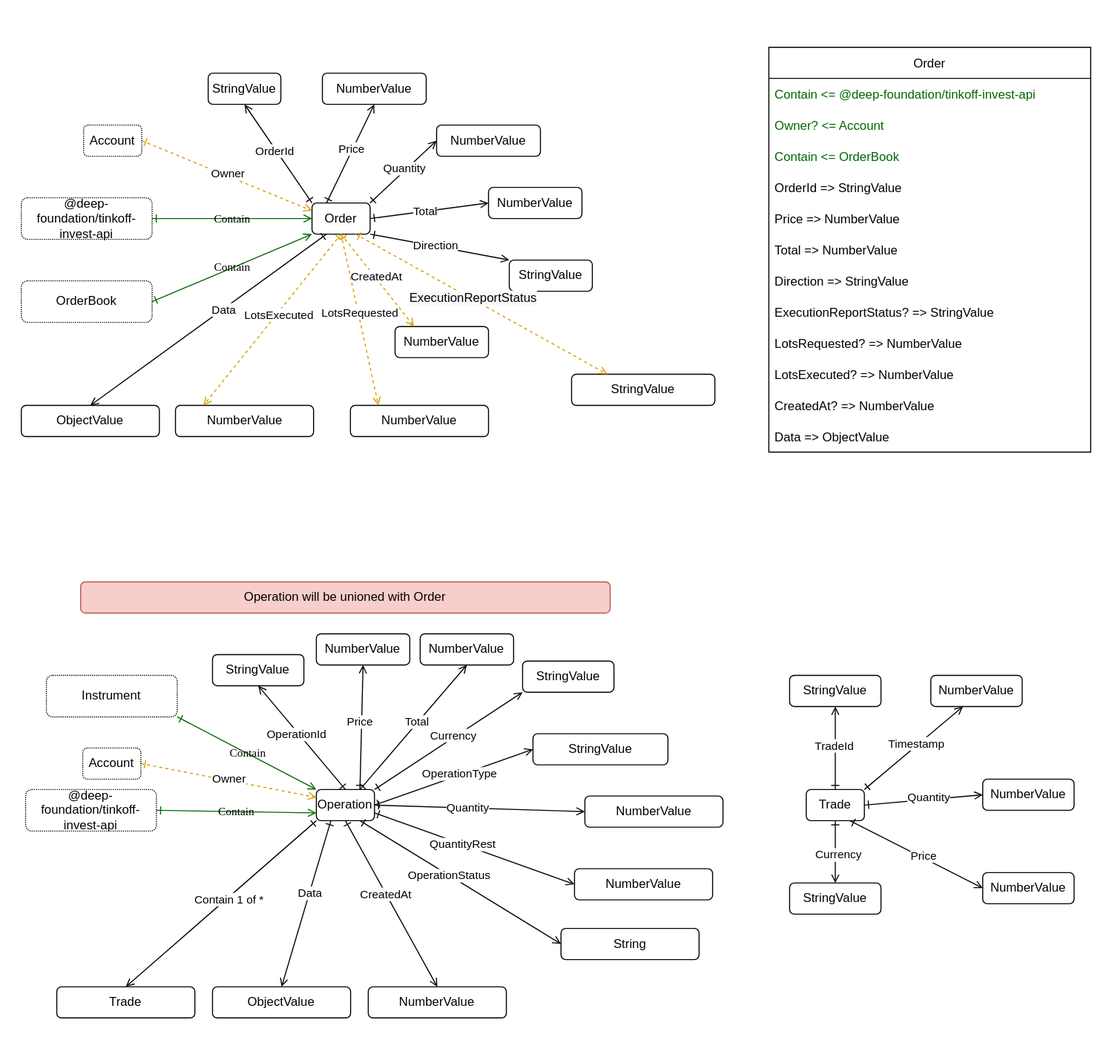
Before: src/order/Order.drawio.svg, a diagram exported from draw.io (suenot/deep-tinkoff-invest-api). Source tidied: cells renumbered, new cells last; positions are measured from the earlier drawing's top-left corner, leaving out a move shared by most shapes.
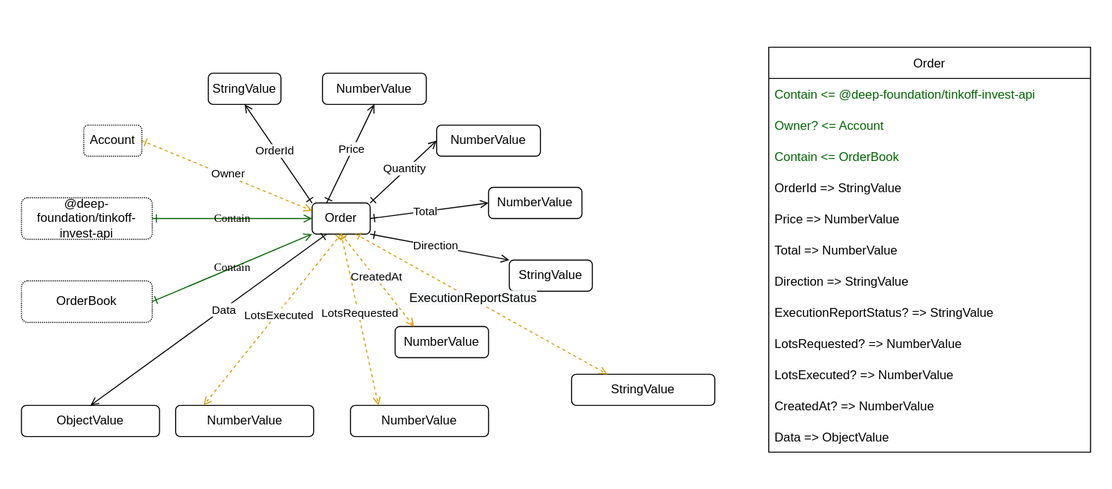
The same diagram one commit later.

The edit, as a diff of the source:
```diff
@@ -3,7 +3,7 @@
     <mxCell id="0" />
     <mxCell id="1" parent="0" />
     <mxCell id="2" style="rounded=0;whiteSpace=wrap;html=1;strokeColor=none;" parent="1" vertex="1">
-      <mxGeometry width="1070" height="1020" as="geometry" />
+      <mxGeometry width="1070" height="470" as="geometry" />
     </mxCell>
     <mxCell id="3" style="edgeStyle=none;html=1;exitX=1;exitY=0;exitDx=0;exitDy=0;entryX=0;entryY=0.5;entryDx=0;entryDy=0;startArrow=ERone;startFill=0;endArrow=open;endFill=0;" parent="1" edge="1" source="5" target="6">
       <mxGeometry relative="1" as="geometry" />
@@ -101,9 +101,6 @@
     <mxCell id="34" value="LotsExecuted" style="edgeLabel;html=1;align=center;verticalAlign=middle;" parent="33" vertex="1">
       <mxGeometry x="-0.07" y="1" relative="1" as="geometry" />
     </mxCell>
-    <mxCell id="35" value="Operation will be unioned with Order" style="rounded=1;whiteSpace=wrap;html=1;labelBackgroundColor=none;fillColor=#f8cecc;strokeColor=#b85450;" parent="1" vertex="1">
-      <mxGeometry x="77.2" y="560" width="510" height="30" as="geometry" />
-    </mxCell>
     <mxCell id="36" value="ObjectValue" style="rounded=1;whiteSpace=wrap;html=1;labelBackgroundColor=none;" parent="1" vertex="1">
       <mxGeometry x="20" y="390" width="133" height="30" as="geometry" />
     </mxCell>
@@ -122,177 +119,6 @@
     <mxCell id="41" value="&lt;span style=&quot;font-size: 12px ; background-color: rgb(248 , 249 , 250)&quot;&gt;ExecutionReportStatus&lt;/span&gt;" style="edgeLabel;html=1;align=center;verticalAlign=middle;" parent="40" vertex="1">
       <mxGeometry x="-0.07" y="1" relative="1" as="geometry" />
     </mxCell>
-    <mxCell id="42" style="edgeStyle=none;html=1;exitX=1;exitY=0.5;exitDx=0;exitDy=0;entryX=0;entryY=0.5;entryDx=0;entryDy=0;startArrow=ERone;startFill=0;endArrow=open;endFill=0;" parent="1" edge="1" source="44" target="45">
-      <mxGeometry relative="1" as="geometry" />
-    </mxCell>
-    <mxCell id="43" value="OperationType" style="edgeLabel;html=1;align=center;verticalAlign=middle;" parent="42" vertex="1">
-      <mxGeometry x="0.08" y="2" relative="1" as="geometry" />
-    </mxCell>
-    <mxCell id="44" value="Operation" style="rounded=1;whiteSpace=wrap;html=1;labelBackgroundColor=none;" parent="1" vertex="1">
-      <mxGeometry x="304.2" y="760" width="56" height="30" as="geometry" />
-    </mxCell>
-    <mxCell id="45" value="StringValue" style="rounded=1;whiteSpace=wrap;html=1;labelBackgroundColor=none;" parent="1" vertex="1">
-      <mxGeometry x="512.8" y="706.2" width="130" height="30" as="geometry" />
-    </mxCell>
-    <mxCell id="46" style="edgeStyle=none;html=1;exitX=1;exitY=0.5;exitDx=0;exitDy=0;startArrow=ERone;startFill=0;entryX=0;entryY=0.5;entryDx=0;entryDy=0;endArrow=open;endFill=0;" parent="1" edge="1" source="44" target="48">
-      <mxGeometry relative="1" as="geometry" />
-    </mxCell>
-    <mxCell id="47" value="Quantity" style="edgeLabel;html=1;align=center;verticalAlign=middle;" parent="46" vertex="1">
-      <mxGeometry x="-0.12" relative="1" as="geometry" />
-    </mxCell>
-    <mxCell id="48" value="NumberValue" style="rounded=1;whiteSpace=wrap;html=1;labelBackgroundColor=none;" parent="1" vertex="1">
-      <mxGeometry x="562.8" y="766.2" width="133" height="30" as="geometry" />
-    </mxCell>
-    <mxCell id="49" value="NumberValue" style="rounded=1;whiteSpace=wrap;html=1;labelBackgroundColor=none;" parent="1" vertex="1">
-      <mxGeometry x="552.8" y="836.2" width="133" height="30" as="geometry" />
-    </mxCell>
-    <mxCell id="50" style="edgeStyle=none;html=1;exitX=0.75;exitY=0;exitDx=0;exitDy=0;startArrow=ERone;startFill=0;endArrow=open;endFill=0;entryX=0.5;entryY=1;entryDx=0;entryDy=0;" parent="1" edge="1" source="44" target="52">
-      <mxGeometry relative="1" as="geometry" />
-    </mxCell>
-    <mxCell id="51" value="Price" style="edgeLabel;html=1;align=center;verticalAlign=middle;" parent="50" vertex="1">
-      <mxGeometry x="0.08" y="2" relative="1" as="geometry" />
-    </mxCell>
-    <mxCell id="52" value="NumberValue" style="rounded=1;whiteSpace=wrap;html=1;labelBackgroundColor=none;" parent="1" vertex="1">
-      <mxGeometry x="304.2" y="610" width="90" height="30" as="geometry" />
-    </mxCell>
-    <mxCell id="53" style="edgeStyle=none;html=1;exitX=1;exitY=0.5;exitDx=0;exitDy=0;startArrow=ERone;startFill=0;entryX=0;entryY=0.25;entryDx=0;entryDy=0;endArrow=open;endFill=0;dashed=1;strokeColor=#D79B00;" parent="1" edge="1" source="55" target="44">
-      <mxGeometry relative="1" as="geometry" />
-    </mxCell>
-    <mxCell id="54" value="Owner" style="edgeLabel;html=1;align=center;verticalAlign=middle;" parent="53" vertex="1">
-      <mxGeometry x="-0.01" y="2" relative="1" as="geometry" />
-    </mxCell>
-    <mxCell id="55" value="Account" style="rounded=1;whiteSpace=wrap;html=1;labelBackgroundColor=none;dashed=1;dashPattern=1 1;" parent="1" vertex="1">
-      <mxGeometry x="79.2" y="720" width="56" height="30" as="geometry" />
-    </mxCell>
-    <mxCell id="56" value="@deep-foundation/tinkoff-invest-api" style="rounded=1;whiteSpace=wrap;html=1;labelBackgroundColor=none;dashed=1;dashPattern=1 1;" parent="1" vertex="1">
-      <mxGeometry x="24.2" y="760" width="126" height="40" as="geometry" />
-    </mxCell>
-    <mxCell id="57" value="Contain" style="jettySize=auto;html=1;shadow=0;labelBackgroundColor=none;startArrow=ERone;startFill=0;endArrow=open;endFill=0;fontColor=#000000;fontFamily=Comic Sans MS;entryX=0;entryY=0.75;entryDx=0;entryDy=0;exitX=1;exitY=0.5;exitDx=0;exitDy=0;strokeColor=#006600;" parent="1" edge="1" source="56" target="44">
-      <mxGeometry relative="1" as="geometry" />
-    </mxCell>
-    <mxCell id="58" value="NumberValue" style="rounded=1;whiteSpace=wrap;html=1;labelBackgroundColor=none;" parent="1" vertex="1">
-      <mxGeometry x="354.2" y="950" width="133" height="30" as="geometry" />
-    </mxCell>
-    <mxCell id="59" value="Instrument" style="rounded=1;whiteSpace=wrap;html=1;labelBackgroundColor=none;dashed=1;dashPattern=1 1;" parent="1" vertex="1">
-      <mxGeometry x="44.2" y="650" width="126" height="40" as="geometry" />
-    </mxCell>
-    <mxCell id="60" value="Contain" style="jettySize=auto;html=1;shadow=0;labelBackgroundColor=none;startArrow=ERone;startFill=0;endArrow=open;endFill=0;fontColor=#000000;fontFamily=Comic Sans MS;entryX=0;entryY=0;entryDx=0;entryDy=0;exitX=1;exitY=1;exitDx=0;exitDy=0;strokeColor=#006600;" parent="1" edge="1" source="59" target="44">
-      <mxGeometry relative="1" as="geometry" />
-    </mxCell>
-    <mxCell id="61" style="edgeStyle=none;html=1;exitX=0.5;exitY=0;exitDx=0;exitDy=0;entryX=0.5;entryY=1;entryDx=0;entryDy=0;startArrow=ERone;startFill=0;endArrow=open;endFill=0;" parent="1" edge="1" source="44" target="63">
-      <mxGeometry relative="1" as="geometry" />
-    </mxCell>
-    <mxCell id="62" value="OperationId" style="edgeLabel;html=1;align=center;verticalAlign=middle;" parent="61" vertex="1">
-      <mxGeometry x="0.08" y="2" relative="1" as="geometry" />
-    </mxCell>
-    <mxCell id="63" value="StringValue" style="rounded=1;whiteSpace=wrap;html=1;labelBackgroundColor=none;" parent="1" vertex="1">
-      <mxGeometry x="204.2" y="630" width="88" height="30" as="geometry" />
-    </mxCell>
-    <mxCell id="64" value="Trade" style="rounded=1;whiteSpace=wrap;html=1;labelBackgroundColor=none;" parent="1" vertex="1">
-      <mxGeometry x="776" y="760" width="56" height="30" as="geometry" />
-    </mxCell>
-    <mxCell id="65" style="edgeStyle=none;html=1;exitX=0.5;exitY=0;exitDx=0;exitDy=0;entryX=0.5;entryY=1;entryDx=0;entryDy=0;startArrow=ERone;startFill=0;endArrow=open;endFill=0;" parent="1" edge="1" source="64" target="67">
-      <mxGeometry relative="1" as="geometry" />
-    </mxCell>
-    <mxCell id="66" value="TradeId" style="edgeLabel;html=1;align=center;verticalAlign=middle;" parent="65" vertex="1">
-      <mxGeometry x="0.08" y="2" relative="1" as="geometry" />
-    </mxCell>
-    <mxCell id="67" value="StringValue" style="rounded=1;whiteSpace=wrap;html=1;labelBackgroundColor=none;" parent="1" vertex="1">
-      <mxGeometry x="760" y="650" width="88" height="30" as="geometry" />
-    </mxCell>
-    <mxCell id="68" value="NumberValue" style="rounded=1;whiteSpace=wrap;html=1;labelBackgroundColor=none;" parent="1" vertex="1">
-      <mxGeometry x="896" y="650" width="88" height="30" as="geometry" />
-    </mxCell>
-    <mxCell id="69" style="edgeStyle=none;html=1;exitX=1;exitY=0;exitDx=0;exitDy=0;entryX=0.352;entryY=1;entryDx=0;entryDy=0;startArrow=ERone;startFill=0;endArrow=open;endFill=0;entryPerimeter=0;" parent="1" edge="1" source="64" target="68">
-      <mxGeometry relative="1" as="geometry" />
-    </mxCell>
-    <mxCell id="70" value="Timestamp" style="edgeLabel;html=1;align=center;verticalAlign=middle;" parent="69" vertex="1">
-      <mxGeometry x="0.08" y="2" relative="1" as="geometry" />
-    </mxCell>
-    <mxCell id="71" value="NumberValue" style="rounded=1;whiteSpace=wrap;html=1;labelBackgroundColor=none;" parent="1" vertex="1">
-      <mxGeometry x="946" y="750" width="88" height="30" as="geometry" />
-    </mxCell>
-    <mxCell id="72" style="edgeStyle=none;html=1;exitX=1;exitY=0.5;exitDx=0;exitDy=0;entryX=0;entryY=0.5;entryDx=0;entryDy=0;startArrow=ERone;startFill=0;endArrow=open;endFill=0;" parent="1" edge="1" source="64" target="71">
-      <mxGeometry relative="1" as="geometry" />
-    </mxCell>
-    <mxCell id="73" value="Quantity" style="edgeLabel;html=1;align=center;verticalAlign=middle;" parent="72" vertex="1">
-      <mxGeometry x="0.08" y="2" relative="1" as="geometry" />
-    </mxCell>
-    <mxCell id="74" value="NumberValue" style="rounded=1;whiteSpace=wrap;html=1;labelBackgroundColor=none;" parent="1" vertex="1">
-      <mxGeometry x="946" y="840" width="88" height="30" as="geometry" />
-    </mxCell>
-    <mxCell id="75" style="edgeStyle=none;html=1;exitX=0.75;exitY=1;exitDx=0;exitDy=0;entryX=0;entryY=0.5;entryDx=0;entryDy=0;startArrow=ERone;startFill=0;endArrow=open;endFill=0;" parent="1" edge="1" source="64" target="74">
-      <mxGeometry relative="1" as="geometry" />
-    </mxCell>
-    <mxCell id="76" value="Price" style="edgeLabel;html=1;align=center;verticalAlign=middle;" parent="75" vertex="1">
-      <mxGeometry x="0.08" y="2" relative="1" as="geometry" />
-    </mxCell>
-    <mxCell id="77" value="StringValue" style="rounded=1;whiteSpace=wrap;html=1;labelBackgroundColor=none;" parent="1" vertex="1">
-      <mxGeometry x="760" y="850" width="88" height="30" as="geometry" />
-    </mxCell>
-    <mxCell id="78" style="edgeStyle=none;html=1;exitX=0.5;exitY=1;exitDx=0;exitDy=0;entryX=0.5;entryY=0;entryDx=0;entryDy=0;startArrow=ERone;startFill=0;endArrow=open;endFill=0;" parent="1" edge="1" source="64" target="77">
-      <mxGeometry relative="1" as="geometry" />
-    </mxCell>
-    <mxCell id="79" value="Currency" style="edgeLabel;html=1;align=center;verticalAlign=middle;" parent="78" vertex="1">
-      <mxGeometry x="0.08" y="2" relative="1" as="geometry" />
-    </mxCell>
-    <mxCell id="80" value="StringValue" style="rounded=1;whiteSpace=wrap;html=1;labelBackgroundColor=none;" parent="1" vertex="1">
-      <mxGeometry x="502.8" y="636.2" width="88" height="30" as="geometry" />
-    </mxCell>
-    <mxCell id="81" style="edgeStyle=none;html=1;exitX=1;exitY=0;exitDx=0;exitDy=0;entryX=0;entryY=1;entryDx=0;entryDy=0;startArrow=ERone;startFill=0;endArrow=open;endFill=0;" parent="1" edge="1" source="44" target="80">
-      <mxGeometry relative="1" as="geometry" />
-    </mxCell>
-    <mxCell id="82" value="Currency" style="edgeLabel;html=1;align=center;verticalAlign=middle;" parent="81" vertex="1">
-      <mxGeometry x="0.08" y="2" relative="1" as="geometry" />
-    </mxCell>
-    <mxCell id="83" value="Trade" style="rounded=1;whiteSpace=wrap;html=1;labelBackgroundColor=none;" parent="1" vertex="1">
-      <mxGeometry x="54.2" y="950" width="133" height="30" as="geometry" />
-    </mxCell>
-    <mxCell id="84" style="edgeStyle=none;html=1;exitX=0;exitY=1;exitDx=0;exitDy=0;startArrow=ERone;startFill=0;entryX=0.5;entryY=0;entryDx=0;entryDy=0;endArrow=open;endFill=0;" parent="1" edge="1" source="44" target="83">
-      <mxGeometry relative="1" as="geometry" />
-    </mxCell>
-    <mxCell id="85" value="Contain 1 of *" style="edgeLabel;html=1;align=center;verticalAlign=middle;" parent="84" vertex="1">
-      <mxGeometry x="-0.07" y="1" relative="1" as="geometry" />
-    </mxCell>
-    <mxCell id="86" style="edgeStyle=none;html=1;exitX=1;exitY=0.75;exitDx=0;exitDy=0;startArrow=ERone;startFill=0;entryX=0;entryY=0.5;entryDx=0;entryDy=0;endArrow=open;endFill=0;" parent="1" edge="1" source="44" target="49">
-      <mxGeometry relative="1" as="geometry" />
-    </mxCell>
-    <mxCell id="87" value="QuantityRest" style="edgeLabel;html=1;align=center;verticalAlign=middle;" parent="86" vertex="1">
-      <mxGeometry x="-0.12" relative="1" as="geometry" />
-    </mxCell>
-    <mxCell id="88" value="String" style="rounded=1;whiteSpace=wrap;html=1;labelBackgroundColor=none;" parent="1" vertex="1">
-      <mxGeometry x="539.8" y="893.8" width="133" height="30" as="geometry" />
-    </mxCell>
-    <mxCell id="89" style="edgeStyle=none;html=1;exitX=0.75;exitY=1;exitDx=0;exitDy=0;startArrow=ERone;startFill=0;entryX=0;entryY=0.5;entryDx=0;entryDy=0;endArrow=open;endFill=0;" parent="1" edge="1" source="44" target="88">
-      <mxGeometry relative="1" as="geometry" />
-    </mxCell>
-    <mxCell id="90" value="OperationStatus" style="edgeLabel;html=1;align=center;verticalAlign=middle;" parent="89" vertex="1">
-      <mxGeometry x="-0.12" relative="1" as="geometry" />
-    </mxCell>
-    <mxCell id="91" value="NumberValue" style="rounded=1;whiteSpace=wrap;html=1;labelBackgroundColor=none;" parent="1" vertex="1">
-      <mxGeometry x="404.2" y="610" width="90" height="30" as="geometry" />
-    </mxCell>
-    <mxCell id="92" style="edgeStyle=none;html=1;exitX=0.75;exitY=0;exitDx=0;exitDy=0;startArrow=ERone;startFill=0;endArrow=open;endFill=0;entryX=0.5;entryY=1;entryDx=0;entryDy=0;" parent="1" edge="1" source="44" target="91">
-      <mxGeometry relative="1" as="geometry" />
-    </mxCell>
-    <mxCell id="93" value="Total" style="edgeLabel;html=1;align=center;verticalAlign=middle;" parent="92" vertex="1">
-      <mxGeometry x="0.08" y="2" relative="1" as="geometry" />
-    </mxCell>
-    <mxCell id="94" style="edgeStyle=none;html=1;exitX=0.5;exitY=1;exitDx=0;exitDy=0;startArrow=ERone;startFill=0;entryX=0.5;entryY=0;entryDx=0;entryDy=0;endArrow=open;endFill=0;" parent="1" edge="1" source="44" target="58">
-      <mxGeometry relative="1" as="geometry" />
-    </mxCell>
-    <mxCell id="95" value="CreatedAt" style="edgeLabel;html=1;align=center;verticalAlign=middle;" parent="94" vertex="1">
-      <mxGeometry x="-0.12" relative="1" as="geometry" />
-    </mxCell>
-    <mxCell id="96" value="ObjectValue" style="rounded=1;whiteSpace=wrap;html=1;labelBackgroundColor=none;" parent="1" vertex="1">
-      <mxGeometry x="204.2" y="950" width="133" height="30" as="geometry" />
-    </mxCell>
-    <mxCell id="97" style="edgeStyle=none;html=1;exitX=0.25;exitY=1;exitDx=0;exitDy=0;startArrow=ERone;startFill=0;entryX=0.5;entryY=0;entryDx=0;entryDy=0;endArrow=open;endFill=0;" parent="1" edge="1" source="44" target="96">
-      <mxGeometry relative="1" as="geometry" />
-    </mxCell>
-    <mxCell id="98" value="Data" style="edgeLabel;html=1;align=center;verticalAlign=middle;" parent="97" vertex="1">
-      <mxGeometry x="-0.12" relative="1" as="geometry" />
-    </mxCell>
     <mxCell id="99" value="Order" style="swimlane;fontStyle=0;horizontal=1;startSize=30;" parent="1" vertex="1">
       <mxGeometry x="740" y="45" width="310" height="390" as="geometry" />
     </mxCell>
```
